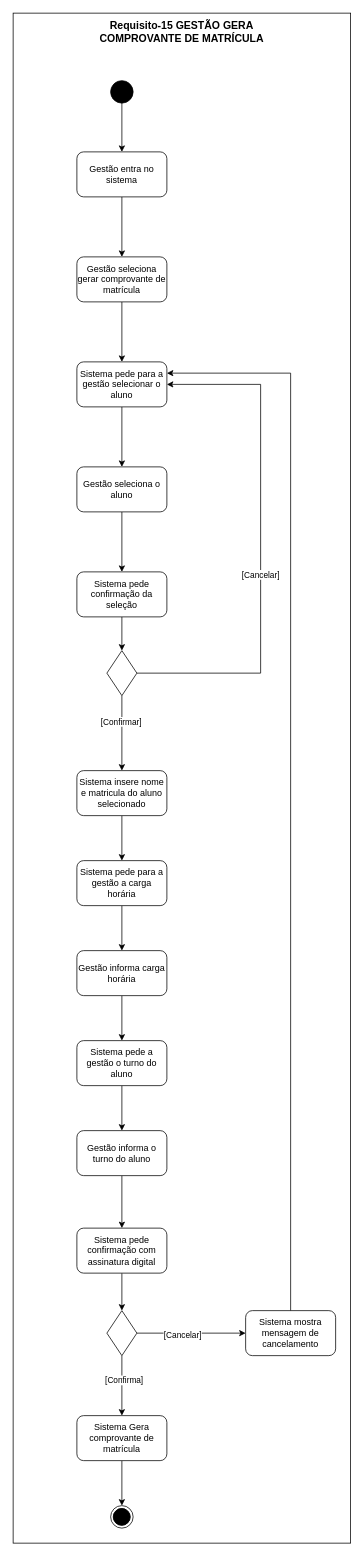
LizReis/An-lise-de-Sistemas keeps this draw.io diagram as Requisito-15.drawio. Above is the earlier version. Source tidied: cells renumbered, new cells numbered last; positions are measured from the earlier drawing's top-left corner, leaving out a move shared by most shapes. Both pictures are drawn from the tidied source at 75%, with x=0, y=0 at pixel (13, 13).
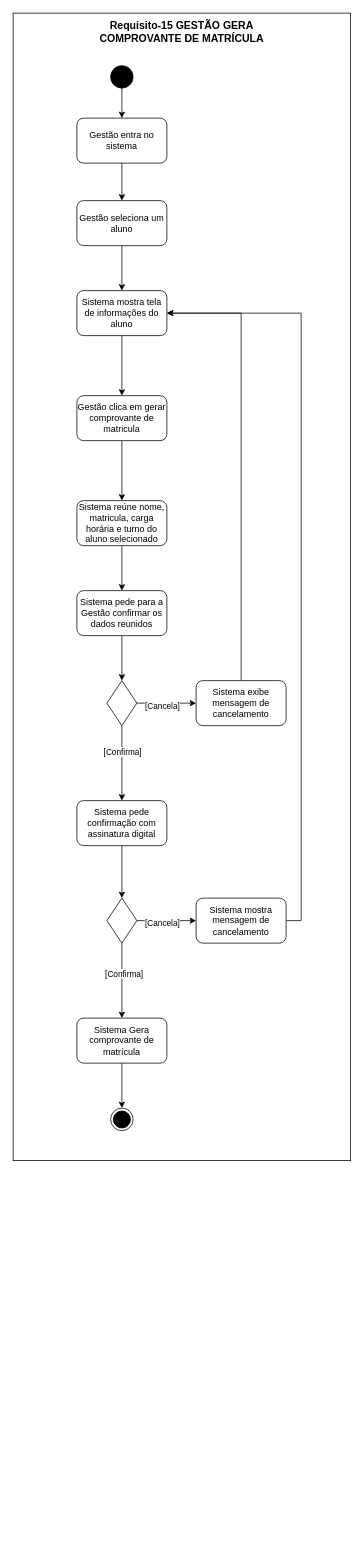
The same page after the edit.

Unchanged cells that the change refers to:
```xml
<mxCell id="34" style="edgeStyle=orthogonalEdgeStyle;rounded=0;jettySize=auto;html=1;" parent="1" edge="1" source="36" target="43">
  <mxGeometry relative="1" as="geometry" />
</mxCell>
```

Diff of the diagram source:
```diff
@@
     <mxCell id="2" style="rounded=0;whiteSpace=wrap;html=1;" parent="1" vertex="1">
-      <mxGeometry width="450" height="2040" as="geometry" />
+      <mxGeometry width="450" height="1530" as="geometry" />
     </mxCell>
@@
     <mxCell id="4" style="ellipse;whiteSpace=wrap;html=1;fillColor=#000000;" parent="1" vertex="1">
-      <mxGeometry x="130" y="90" width="30" height="30" as="geometry" />
+      <mxGeometry x="130" y="70" width="30" height="30" as="geometry" />
     </mxCell>
-    <mxCell id="5" style="edgeStyle=orthogonalEdgeStyle;rounded=0;jettySize=auto;html=1;" parent="1" edge="1" source="6" target="8">
+    <mxCell id="5" style="edgeStyle=orthogonalEdgeStyle;rounded=0;jettySize=auto;html=1;entryX=0.5;entryY=0;entryDx=0;entryDy=0;" parent="1" edge="1" source="6" target="47">
       <mxGeometry relative="1" as="geometry" />
     </mxCell>
     <mxCell id="6" value="Gestão entra no sistema" style="rounded=1;whiteSpace=wrap;html=1;fillColor=#FFFFFF;" parent="1" vertex="1">
-      <mxGeometry x="85" y="185" width="120" height="60" as="geometry" />
+      <mxGeometry x="85" y="140" width="120" height="60" as="geometry" />
     </mxCell>
-    <mxCell id="7" style="edgeStyle=orthogonalEdgeStyle;rounded=0;jettySize=auto;html=1;" parent="1" edge="1" source="8" target="10">
+    <mxCell id="7" style="edgeStyle=orthogonalEdgeStyle;rounded=0;jettySize=auto;html=1;entryX=0.5;entryY=0;entryDx=0;entryDy=0;" parent="1" edge="1" source="8" target="48">
       <mxGeometry relative="1" as="geometry" />
     </mxCell>
-    <mxCell id="8" value="Gestão seleciona gerar comprovante de matrícula" style="whiteSpace=wrap;html=1;fillColor=#FFFFFF;rounded=1;" parent="1" vertex="1">
-      <mxGeometry x="85" y="325" width="120" height="60" as="geometry" />
+    <mxCell id="8" value="Sistema mostra tela de informações do aluno" style="whiteSpace=wrap;html=1;fillColor=#FFFFFF;rounded=1;" parent="1" vertex="1">
+      <mxGeometry x="85" y="370" width="120" height="60" as="geometry" />
     </mxCell>
-    <mxCell id="9" style="edgeStyle=orthogonalEdgeStyle;rounded=0;jettySize=auto;html=1;" parent="1" edge="1" source="10" target="12">
-      <mxGeometry relative="1" as="geometry" />
-    </mxCell>
-    <mxCell id="10" value="Sistema pede para a gestão selecionar o aluno" style="whiteSpace=wrap;html=1;fillColor=#FFFFFF;rounded=1;" parent="1" vertex="1">
-      <mxGeometry x="85" y="465" width="120" height="60" as="geometry" />
-    </mxCell>
-    <mxCell id="11" style="edgeStyle=orthogonalEdgeStyle;rounded=0;jettySize=auto;html=1;" parent="1" edge="1" source="12" target="14">
-      <mxGeometry relative="1" as="geometry" />
-    </mxCell>
-    <mxCell id="12" value="Gestão seleciona o aluno" style="whiteSpace=wrap;html=1;fillColor=#FFFFFF;rounded=1;" parent="1" vertex="1">
-      <mxGeometry x="85" y="605" width="120" height="60" as="geometry" />
-    </mxCell>
-    <mxCell id="13" style="edgeStyle=orthogonalEdgeStyle;rounded=0;jettySize=auto;html=1;exitX=0.5;exitY=1;exitDx=0;exitDy=0;entryX=0.5;entryY=0;entryDx=0;entryDy=0;" parent="1" edge="1" source="14" target="19">
+    <mxCell id="13" style="edgeStyle=orthogonalEdgeStyle;rounded=0;jettySize=auto;html=1;exitX=0.5;exitY=1;exitDx=0;exitDy=0;entryX=0.5;entryY=0;entryDx=0;entryDy=0;" parent="1" edge="1" source="48" target="21">
       <mxGeometry relative="1" as="geometry" />
     </mxCell>
-    <mxCell id="14" value="Sistema pede confirmação da seleção" style="whiteSpace=wrap;html=1;fillColor=#FFFFFF;rounded=1;" parent="1" vertex="1">
-      <mxGeometry x="85" y="745" width="120" height="60" as="geometry" />
-    </mxCell>
-    <mxCell id="15" style="edgeStyle=orthogonalEdgeStyle;rounded=0;jettySize=auto;html=1;entryX=1;entryY=0.5;entryDx=0;entryDy=0;exitX=1;exitY=0.5;exitDx=0;exitDy=0;" parent="1" edge="1" source="19" target="10">
-      <mxGeometry relative="1" as="geometry">
-        <Array as="points">
-          <mxPoint x="330" y="880" />
-          <mxPoint x="330" y="495" />
-        </Array>
-      </mxGeometry>
-    </mxCell>
-    <mxCell id="16" value="[Cancelar]" style="edgeLabel;html=1;align=center;verticalAlign=middle;" parent="15" vertex="1">
-      <mxGeometry x="-0.12" y="1" relative="1" as="geometry" />
-    </mxCell>
-    <mxCell id="17" style="edgeStyle=orthogonalEdgeStyle;rounded=0;jettySize=auto;html=1;" parent="1" edge="1" source="19" target="21">
-      <mxGeometry relative="1" as="geometry" />
-    </mxCell>
-    <mxCell id="18" value="[Confirmar]" style="edgeLabel;html=1;align=center;verticalAlign=middle;" parent="17" vertex="1">
-      <mxGeometry x="-0.33" y="-2" relative="1" as="geometry" />
-    </mxCell>
-    <mxCell id="19" style="rhombus;whiteSpace=wrap;html=1;" parent="1" vertex="1">
-      <mxGeometry x="125" y="850" width="40" height="60" as="geometry" />
-    </mxCell>
-    <mxCell id="20" style="edgeStyle=orthogonalEdgeStyle;rounded=0;jettySize=auto;html=1;" parent="1" edge="1" source="21" target="23">
-      <mxGeometry relative="1" as="geometry" />
-    </mxCell>
+    <mxCell id="45" style="edgeStyle=orthogonalEdgeStyle;rounded=0;jettySize=auto;html=1;" parent="1" edge="1" source="21" target="50">
+      <mxGeometry relative="1" as="geometry" />
+    </mxCell>
-    <mxCell id="21" value="Sistema insere nome e matricula do aluno selecionado" style="rounded=1;whiteSpace=wrap;html=1;" parent="1" vertex="1">
-      <mxGeometry x="85" y="1010" width="120" height="60" as="geometry" />
+    <mxCell id="21" value="Sistema reúne nome, matricula, carga horária e turno do aluno selecionado" style="rounded=1;whiteSpace=wrap;html=1;" parent="1" vertex="1">
+      <mxGeometry x="85" y="650" width="120" height="60" as="geometry" />
     </mxCell>
-    <mxCell id="22" style="edgeStyle=orthogonalEdgeStyle;rounded=0;jettySize=auto;html=1;" parent="1" edge="1" source="23" target="25">
-      <mxGeometry relative="1" as="geometry" />
-    </mxCell>
-    <mxCell id="23" value="Sistema pede para a gestão a carga horária" style="whiteSpace=wrap;html=1;rounded=1;" parent="1" vertex="1">
-      <mxGeometry x="85" y="1130" width="120" height="60" as="geometry" />
-    </mxCell>
-    <mxCell id="24" style="edgeStyle=orthogonalEdgeStyle;rounded=0;jettySize=auto;html=1;" parent="1" edge="1" source="25" target="27">
-      <mxGeometry relative="1" as="geometry" />
-    </mxCell>
-    <mxCell id="25" value="Gestão informa carga horária" style="whiteSpace=wrap;html=1;rounded=1;" parent="1" vertex="1">
-      <mxGeometry x="85" y="1250" width="120" height="60" as="geometry" />
-    </mxCell>
-    <mxCell id="26" style="edgeStyle=orthogonalEdgeStyle;rounded=0;jettySize=auto;html=1;" parent="1" edge="1" source="27" target="29">
-      <mxGeometry relative="1" as="geometry" />
-    </mxCell>
-    <mxCell id="27" value="Sistema pede a gestão o turno do aluno" style="whiteSpace=wrap;html=1;rounded=1;" parent="1" vertex="1">
-      <mxGeometry x="85" y="1370" width="120" height="60" as="geometry" />
-    </mxCell>
-    <mxCell id="28" style="edgeStyle=orthogonalEdgeStyle;rounded=0;jettySize=auto;html=1;" parent="1" edge="1" source="29" target="31">
-      <mxGeometry relative="1" as="geometry" />
-    </mxCell>
-    <mxCell id="29" value="Gestão informa o turno do aluno" style="whiteSpace=wrap;html=1;rounded=1;" parent="1" vertex="1">
-      <mxGeometry x="85" y="1490" width="120" height="60" as="geometry" />
-    </mxCell>
@@
     <mxCell id="31" value="Sistema pede confirmação com assinatura digital" style="whiteSpace=wrap;html=1;rounded=1;" parent="1" vertex="1">
-      <mxGeometry x="85" y="1620" width="120" height="60" as="geometry" />
+      <mxGeometry x="85" y="1050" width="120" height="60" as="geometry" />
     </mxCell>
@@
-    <mxCell id="35" value="[Cancelar]" style="edgeLabel;html=1;align=center;verticalAlign=middle;" parent="34" vertex="1">
+    <mxCell id="35" value="[Cancela]" style="edgeLabel;html=1;align=center;verticalAlign=middle;" parent="34" vertex="1">
       <mxGeometry x="-0.17" y="-2" relative="1" as="geometry" />
     </mxCell>
     <mxCell id="36" style="rhombus;whiteSpace=wrap;html=1;" parent="1" vertex="1">
-      <mxGeometry x="125" y="1730" width="40" height="60" as="geometry" />
+      <mxGeometry x="125" y="1180" width="40" height="60" as="geometry" />
     </mxCell>
@@
     <mxCell id="38" value="Sistema Gera comprovante de matrícula" style="rounded=1;whiteSpace=wrap;html=1;" parent="1" vertex="1">
-      <mxGeometry x="85" y="1870" width="120" height="60" as="geometry" />
+      <mxGeometry x="85" y="1340" width="120" height="60" as="geometry" />
     </mxCell>
-    <mxCell id="39" style="group;" parent="1" vertex="1">
-      <mxGeometry x="130" y="1990" width="30" height="30" as="geometry" />
-    </mxCell>
-    <mxCell id="40" style="ellipse;shape=doubleEllipse;whiteSpace=wrap;html=1;fillColor=#FFFFFF;" parent="39" vertex="1">
-      <mxGeometry width="30" height="30" as="geometry" />
-    </mxCell>
-    <mxCell id="41" style="ellipse;shape=doubleEllipse;whiteSpace=wrap;html=1;fillColor=#000000;" parent="39" vertex="1">
-      <mxGeometry x="3.5" y="3.8" width="22.5" height="22.5" as="geometry" />
-    </mxCell>
-    <mxCell id="42" style="edgeStyle=orthogonalEdgeStyle;rounded=0;jettySize=auto;html=1;exitX=0.5;exitY=0;exitDx=0;exitDy=0;entryX=1;entryY=0.25;entryDx=0;entryDy=0;" parent="1" edge="1" source="43" target="10">
+    <mxCell id="42" style="edgeStyle=orthogonalEdgeStyle;rounded=0;jettySize=auto;html=1;exitX=1;exitY=0.5;exitDx=0;exitDy=0;entryX=1;entryY=0.5;entryDx=0;entryDy=0;" parent="1" edge="1" source="43" target="8">
       <mxGeometry relative="1" as="geometry" />
     </mxCell>
     <mxCell id="43" value="Sistema mostra mensagem de cancelamento" style="rounded=1;whiteSpace=wrap;html=1;" parent="1" vertex="1">
-      <mxGeometry x="310" y="1730" width="120" height="60" as="geometry" />
+      <mxGeometry x="244" y="1180" width="120" height="60" as="geometry" />
     </mxCell>
@@
+    <mxCell id="46" style="edgeStyle=orthogonalEdgeStyle;rounded=0;jettySize=auto;html=1;exitX=0.5;exitY=1;exitDx=0;exitDy=0;entryX=0.5;entryY=0;entryDx=0;entryDy=0;" parent="1" edge="1" source="47" target="8">
+      <mxGeometry relative="1" as="geometry" />
+    </mxCell>
+    <mxCell id="47" value="Gestão seleciona um aluno" style="whiteSpace=wrap;html=1;fillColor=#FFFFFF;rounded=1;" parent="1" vertex="1">
+      <mxGeometry x="85" y="250" width="120" height="60" as="geometry" />
+    </mxCell>
+    <mxCell id="48" value="&lt;div&gt;Gestão clica em gerar comprovante de matricula&lt;/div&gt;" style="whiteSpace=wrap;html=1;fillColor=#FFFFFF;rounded=1;" parent="1" vertex="1">
+      <mxGeometry x="85" y="510" width="120" height="60" as="geometry" />
+    </mxCell>
+    <mxCell id="49" style="edgeStyle=orthogonalEdgeStyle;rounded=0;jettySize=auto;html=1;exitX=0.5;exitY=1;exitDx=0;exitDy=0;entryX=0.5;entryY=0;entryDx=0;entryDy=0;" parent="1" edge="1" source="50" target="55">
+      <mxGeometry relative="1" as="geometry" />
+    </mxCell>
+    <mxCell id="50" value="Sistema pede para a Gestão confirmar os dados reunidos" style="whiteSpace=wrap;html=1;rounded=1;" parent="1" vertex="1">
+      <mxGeometry x="85" y="770" width="120" height="60" as="geometry" />
+    </mxCell>
+    <mxCell id="51" style="edgeStyle=orthogonalEdgeStyle;rounded=0;jettySize=auto;html=1;" parent="1" edge="1" source="55" target="57">
+      <mxGeometry relative="1" as="geometry" />
+    </mxCell>
+    <mxCell id="52" value="[Cancela]" style="edgeLabel;html=1;align=center;verticalAlign=middle;" parent="51" vertex="1">
+      <mxGeometry x="-0.16" y="-3" relative="1" as="geometry" />
+    </mxCell>
+    <mxCell id="53" style="edgeStyle=orthogonalEdgeStyle;rounded=0;jettySize=auto;html=1;exitX=0.5;exitY=1;exitDx=0;exitDy=0;" parent="1" edge="1" source="55" target="31">
+      <mxGeometry relative="1" as="geometry" />
+    </mxCell>
+    <mxCell id="54" value="[Confirma]" style="edgeLabel;html=1;align=center;verticalAlign=middle;" parent="53" vertex="1">
+      <mxGeometry x="-0.33" relative="1" as="geometry" />
+    </mxCell>
+    <mxCell id="55" style="rhombus;whiteSpace=wrap;html=1;" parent="1" vertex="1">
+      <mxGeometry x="125" y="890" width="40" height="60" as="geometry" />
+    </mxCell>
+    <mxCell id="56" style="edgeStyle=orthogonalEdgeStyle;rounded=0;jettySize=auto;html=1;exitX=0.5;exitY=0;exitDx=0;exitDy=0;entryX=1;entryY=0.5;entryDx=0;entryDy=0;" parent="1" edge="1" source="57" target="8">
+      <mxGeometry relative="1" as="geometry" />
+    </mxCell>
+    <mxCell id="57" value="Sistema exibe mensagem de cancelamento" style="rounded=1;whiteSpace=wrap;html=1;" parent="1" vertex="1">
+      <mxGeometry x="244" y="890" width="120" height="60" as="geometry" />
+    </mxCell>
+    <mxCell id="58" style="group;" parent="1" vertex="1">
+      <mxGeometry x="130" y="1460" width="30" height="30" as="geometry" />
+    </mxCell>
+    <mxCell id="40" style="ellipse;shape=doubleEllipse;whiteSpace=wrap;html=1;fillColor=#FFFFFF;" parent="58" vertex="1">
+      <mxGeometry width="30" height="30" as="geometry" />
+    </mxCell>
+    <mxCell id="41" style="ellipse;shape=doubleEllipse;whiteSpace=wrap;html=1;fillColor=#000000;" parent="58" vertex="1">
+      <mxGeometry x="3.8" y="4" width="22.5" height="22.5" as="geometry" />
+    </mxCell>
```
